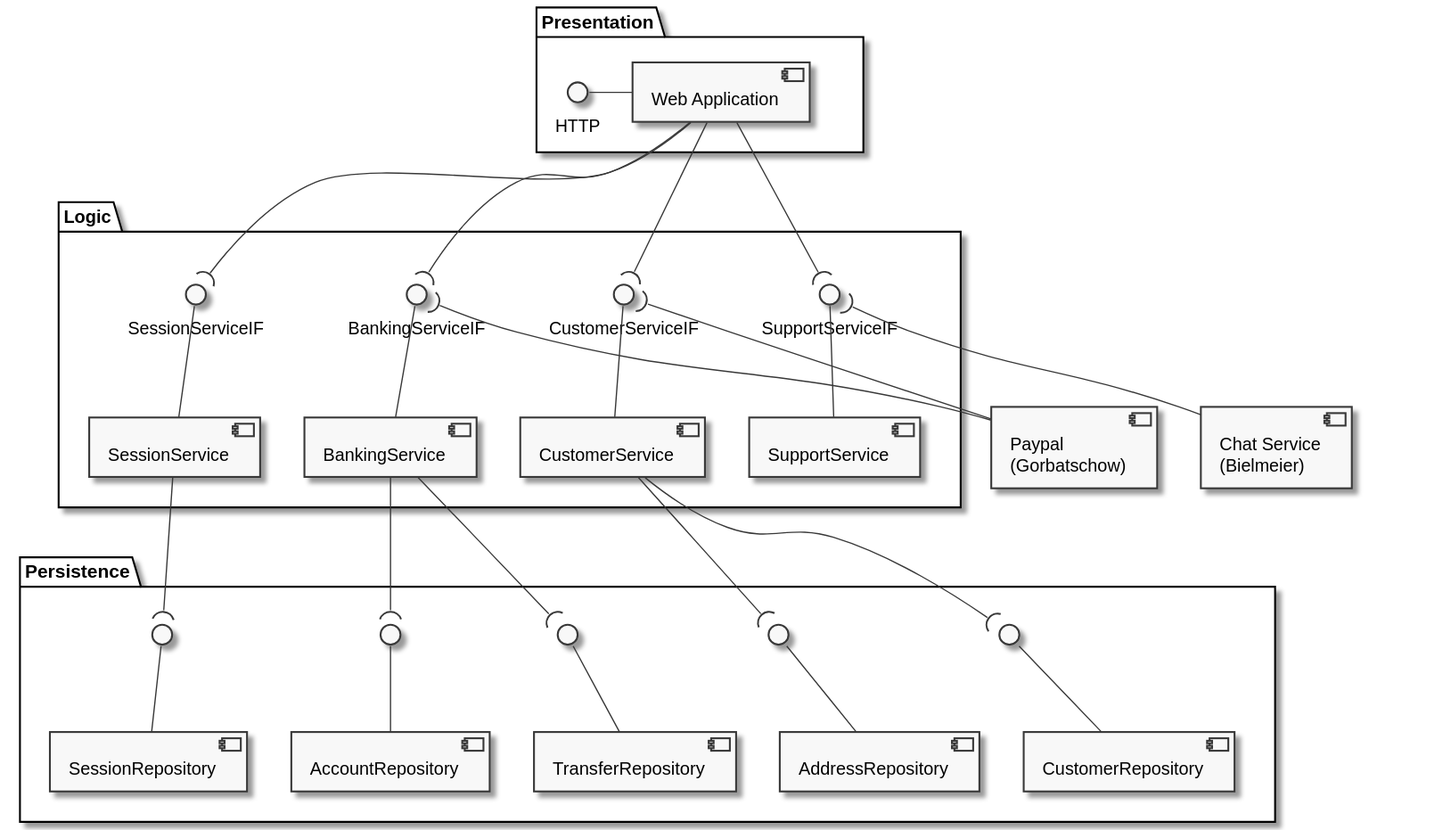
Before: documentation/diagrams/generatedDiagrams/DiagramComponent_BankingService.svg, a diagram exported from PlantUML (SteffBauer/sw_project).
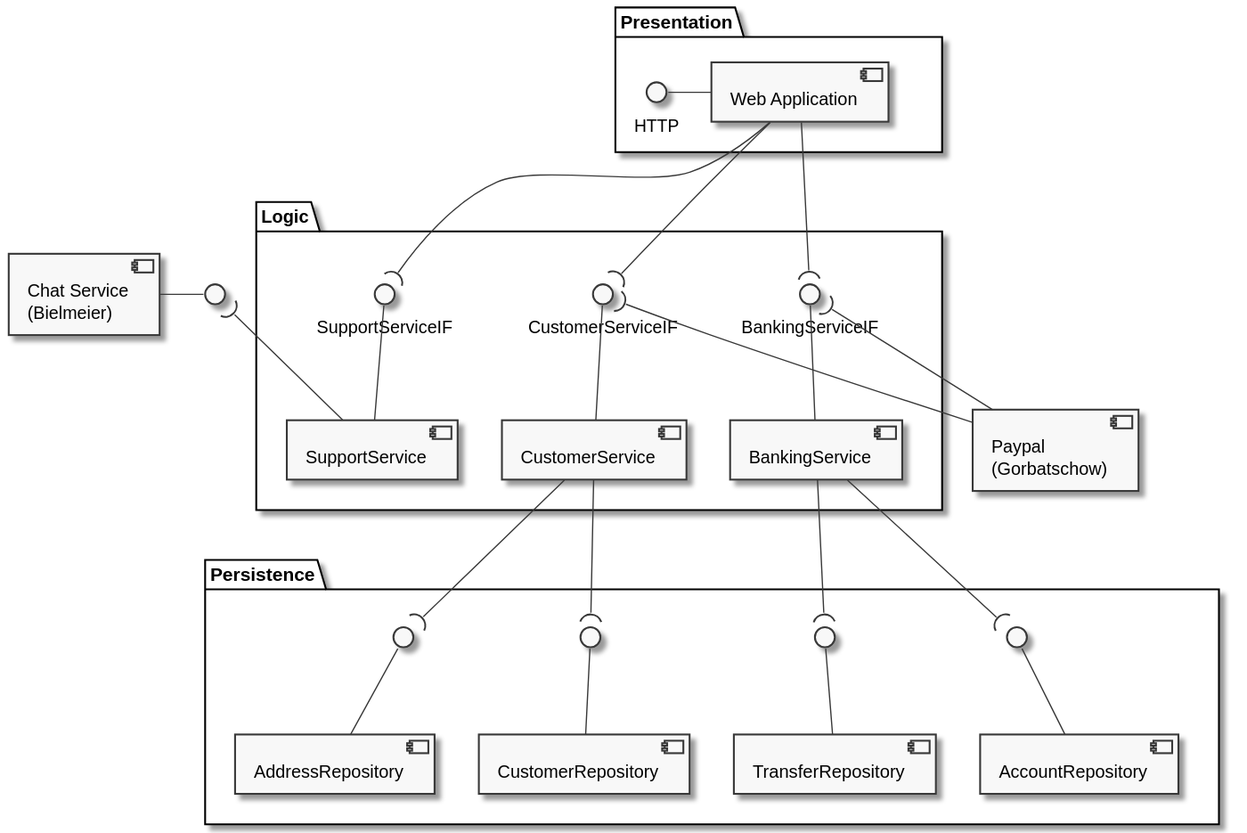
The same file after the commit.

Commit message:
Updated generated Diagrams

Diff of the diagram source:
```diff
@@ -4,6 +4,9 @@
 
 [Paypal\n(Gorbatschow)] as paypal
 [Chat Service\n(Bielmeier)] as chat
+
+interface " " as IFChat
+chat -right-() IFChat
 
 package "Presentation" as presentation {
   HTTP - [Web Application]
@@ -12,8 +15,6 @@
 
 package "Logic" as logic {
 
-  [SessionService] -up-() SessionServiceIF
-  SessionServiceIF )-up- [Web Application]
 
   [CustomerService] -up-() CustomerServiceIF
   CustomerServiceIF )-up- [Web Application]
@@ -25,7 +26,7 @@
 
   [SupportService] -up-() SupportServiceIF
   SupportServiceIF )-up- [Web Application]
-  SupportServiceIF )-- chat
+  IFChat )-- SupportService
 
 
 
@@ -33,14 +34,11 @@
 }
 
 package "Persistence" as persistence {
-  interface " " as IF1
   interface " " as IF2
   interface " " as IF3
   interface " " as IF4
   interface " " as IF5
 
-  [SessionRepository] -up-() IF1
-  IF1 )-up- [SessionService]
 
   [AccountRepository] -up-() IF2
   IF2 )-up- [BankingService]
```
